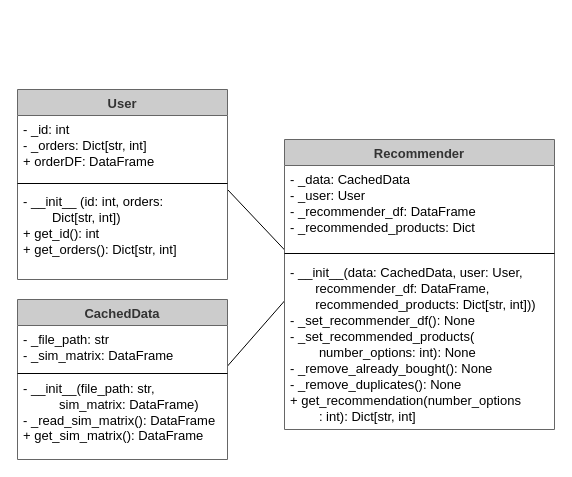
steffenkk/recommendation-app keeps this draw.io diagram as docs/Class.drawio. Above is the earlier version. Source tidied: cells renumbered, new cells numbered last; positions are measured from the earlier drawing's top-left corner, leaving out a move shared by most shapes. Both pictures are drawn from the tidied source at 100%, with x=0, y=0 at pixel (17, 89).
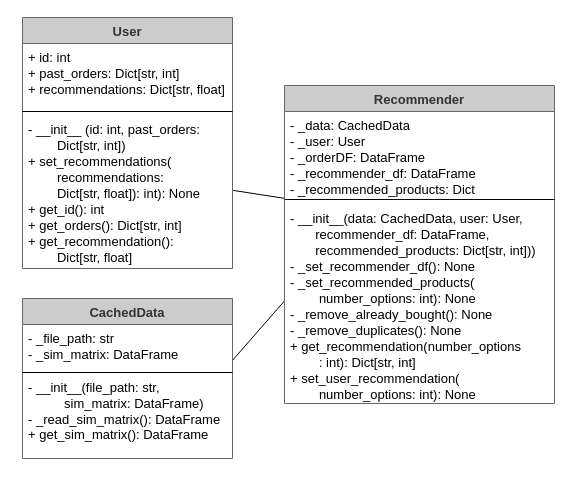
Above is the later version.

Diff of the diagram source:
```diff
@@
 <mxGraphModel>
   <root>
     <mxCell id="0" />
     <mxCell id="1" parent="0" />
     <mxCell id="2" style="endArrow=none;html=1;fontSize=13;entryX=0.013;entryY=-0.023;entryDx=0;entryDy=0;entryPerimeter=0;" parent="1" edge="1" target="15">
       <mxGeometry relative="1" as="geometry">
         <mxPoint x="210" y="100" as="sourcePoint" />
       </mxGeometry>
     </mxCell>
     <mxCell id="3" style="endArrow=none;html=1;fontSize=13;" parent="1" edge="1">
       <mxGeometry relative="1" as="geometry">
         <mxPoint x="207" y="280" as="sourcePoint" />
         <mxPoint x="277" y="200" as="targetPoint" />
       </mxGeometry>
     </mxCell>
     <mxCell id="4" value="User" style="swimlane;fontStyle=1;align=center;verticalAlign=top;horizontal=1;startSize=26;shadow=0;strokeWidth=1;strokeColor=#666666;fontColor=#333333;fontSize=13;fillColor=#CCCCCC;swimlaneFillColor=#ffffff;" parent="1" vertex="1">
-      <mxGeometry width="210" height="190" as="geometry" />
+      <mxGeometry x="5" y="-72" width="210" height="251" as="geometry" />
     </mxCell>
-    <mxCell id="5" value="- _id: int&#10;- _orders: Dict[str, int]&#10;+ orderDF: DataFrame" style="text;align=left;verticalAlign=top;spacingLeft=4;spacingRight=4;overflow=hidden;fontSize=13;" parent="4" vertex="1">
+    <mxCell id="5" value="+ id: int&#10;+ past_orders: Dict[str, int]&#10;+ recommendations: Dict[str, float]" style="text;align=left;verticalAlign=top;spacingLeft=4;spacingRight=4;overflow=hidden;fontSize=13;" parent="4" vertex="1">
       <mxGeometry y="26" width="210" height="64" as="geometry" />
     </mxCell>
     <mxCell id="6" style="line;html=1;strokeWidth=1;align=left;verticalAlign=middle;spacingTop=-1;spacingLeft=3;spacingRight=3;labelPosition=right;fontSize=13;" parent="4" vertex="1">
       <mxGeometry y="90" width="210" height="8" as="geometry" />
     </mxCell>
-    <mxCell id="7" value="- __init__ (id: int, orders: &#10;        Dict[str, int])&#10;+ get_id(): int&#10;+ get_orders(): Dict[str, int]" style="text;align=left;verticalAlign=top;spacingLeft=4;spacingRight=4;overflow=hidden;fontSize=13;" parent="4" vertex="1">
-      <mxGeometry y="98" width="210" height="78" as="geometry" />
+    <mxCell id="7" value="- __init__ (id: int, past_orders: &#10;        Dict[str, int])&#10;+ set_recommendations(&#10;        recommendations: &#10;        Dict[str, float]): int): None&#10;+ get_id(): int&#10;+ get_orders(): Dict[str, int]&#10;+ get_recommendation(): &#10;        Dict[str, float]" style="text;align=left;verticalAlign=top;spacingLeft=4;spacingRight=4;overflow=hidden;fontSize=13;" parent="4" vertex="1">
+      <mxGeometry y="98" width="210" height="153" as="geometry" />
     </mxCell>
     <mxCell id="8" value="CachedData" style="swimlane;fontStyle=1;align=center;verticalAlign=top;horizontal=1;startSize=26;shadow=0;strokeWidth=1;strokeColor=#666666;fontColor=#333333;fontSize=13;fillColor=#CCCCCC;swimlaneFillColor=#ffffff;" parent="1" vertex="1">
-      <mxGeometry y="210" width="210" height="160" as="geometry" />
+      <mxGeometry x="5" y="209" width="210" height="160" as="geometry" />
     </mxCell>
     <mxCell id="9" value="- _file_path: str&#10;- _sim_matrix: DataFrame" style="text;align=left;verticalAlign=top;spacingLeft=4;spacingRight=4;overflow=hidden;fontSize=13;" parent="8" vertex="1">
       <mxGeometry y="26" width="210" height="44" as="geometry" />
     </mxCell>
     <mxCell id="10" style="line;html=1;strokeWidth=1;align=left;verticalAlign=middle;spacingTop=-1;spacingLeft=3;spacingRight=3;labelPosition=right;fontSize=13;" parent="8" vertex="1">
       <mxGeometry y="70" width="210" height="8" as="geometry" />
     </mxCell>
     <mxCell id="11" value="- __init__(file_path: str, &lt;br style=&quot;font-size: 13px;&quot;&gt;&amp;nbsp; &amp;nbsp; &amp;nbsp; &amp;nbsp; &amp;nbsp; sim_matrix: DataFrame)&lt;br style=&quot;font-size: 13px;&quot;&gt;- _read_sim_matrix(): DataFrame&lt;br style=&quot;font-size: 13px;&quot;&gt;+ get_sim_matrix(): DataFrame" style="text;html=1;align=left;verticalAlign=middle;spacingLeft=4;fontSize=13;" parent="8" vertex="1">
       <mxGeometry y="78" width="210" height="70" as="geometry" />
     </mxCell>
     <mxCell id="12" value="Recommender" style="swimlane;fontStyle=1;align=center;verticalAlign=top;horizontal=1;startSize=26;shadow=0;strokeWidth=1;strokeColor=#666666;fontColor=#333333;fontSize=13;fillColor=#CCCCCC;swimlaneFillColor=#ffffff;" parent="1" vertex="1">
-      <mxGeometry x="267" y="50" width="270" height="290" as="geometry" />
+      <mxGeometry x="267" y="-4" width="270" height="318" as="geometry" />
     </mxCell>
-    <mxCell id="13" value="- _data: CachedData&#10;- _user: User&#10;- _recommender_df: DataFrame&#10;- _recommended_products: Dict" style="text;align=left;verticalAlign=top;spacingLeft=4;spacingRight=4;overflow=hidden;shadow=0;html=0;fontSize=13;" parent="12" vertex="1">
+    <mxCell id="13" value="- _data: CachedData&#10;- _user: User&#10;- _orderDF: DataFrame&#10;- _recommender_df: DataFrame&#10;- _recommended_products: Dict" style="text;align=left;verticalAlign=top;spacingLeft=4;spacingRight=4;overflow=hidden;shadow=0;html=0;fontSize=13;" parent="12" vertex="1">
       <mxGeometry y="26" width="270" height="84" as="geometry" />
     </mxCell>
     <mxCell id="14" style="line;html=1;strokeWidth=1;align=left;verticalAlign=middle;spacingTop=-1;spacingLeft=3;spacingRight=3;labelPosition=right;fontSize=13;" parent="12" vertex="1">
       <mxGeometry y="110" width="270" height="8" as="geometry" />
     </mxCell>
-    <mxCell id="15" value="- __init__(data: CachedData, user: User, &#10;       recommender_df: DataFrame, &#10;       recommended_products: Dict[str, int]))&#10;- _set_recommender_df(): None&#10;- _set_recommended_products(&#10;        number_options: int): None&#10;- _remove_already_bought(): None&#10;- _remove_duplicates(): None&#10;+ get_recommendation(number_options&#10;        : int): Dict[str, int]" style="text;align=left;verticalAlign=top;spacingLeft=4;spacingRight=4;overflow=hidden;points=[[0,0.5],[1,0.5]];portConstraint=eastwest;spacingTop=1;spacing=2;fontSize=13;" parent="12" vertex="1">
-      <mxGeometry y="118" width="270" height="172" as="geometry" />
+    <mxCell id="15" value="- __init__(data: CachedData, user: User, &#10;       recommender_df: DataFrame, &#10;       recommended_products: Dict[str, int]))&#10;- _set_recommender_df(): None&#10;- _set_recommended_products(&#10;        number_options: int): None&#10;- _remove_already_bought(): None&#10;- _remove_duplicates(): None&#10;+ get_recommendation(number_options&#10;        : int): Dict[str, int]&#10;+ set_user_recommendation(&#10;        number_options: int): None" style="text;align=left;verticalAlign=top;spacingLeft=4;spacingRight=4;overflow=hidden;points=[[0,0.5],[1,0.5]];portConstraint=eastwest;spacingTop=1;spacing=2;fontSize=13;" parent="12" vertex="1">
+      <mxGeometry y="118" width="270" height="200" as="geometry" />
     </mxCell>
   </root>
 </mxGraphModel>
```
